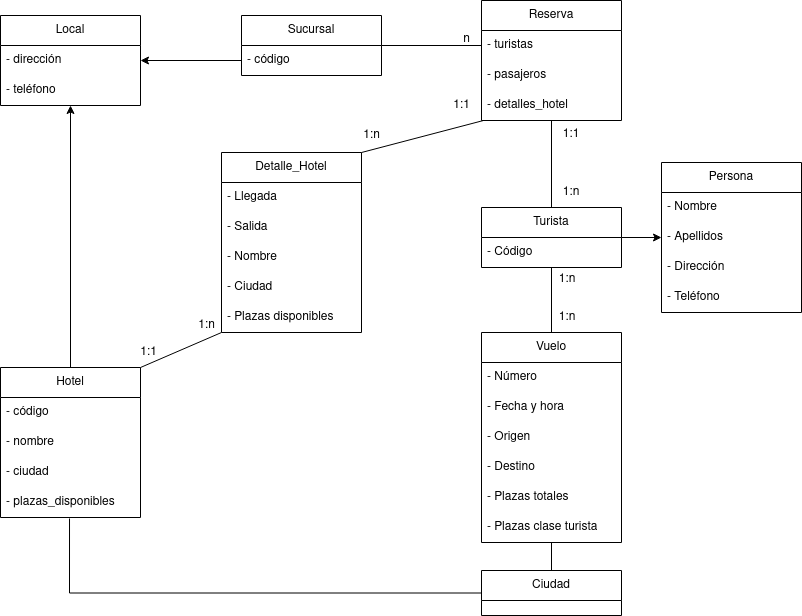
The draw.io diagram Tema 5. Diagramas de clase/Tarea 2. Agencia viajes/img/AgenciaViajes.drawio.png in colidom/ets, before a commit. Source tidied: cells renumbered, new cells last; positions are measured from the earlier drawing's top-left corner, leaving out a move shared by most shapes.
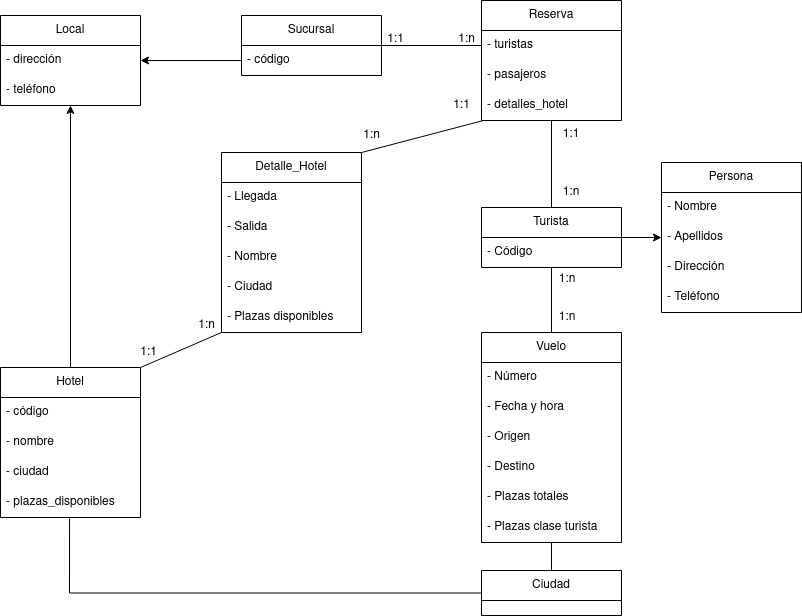
Above is the later version.

The edit, as a diff of the source:
```diff
@@ -103,8 +103,8 @@
     <mxCell id="34" style="rounded=0;jettySize=auto;html=1;startArrow=none;startFill=0;endArrow=classic;endFill=1;entryX=0.5;entryY=1;entryDx=0;entryDy=0;exitX=0.5;exitY=0;exitDx=0;exitDy=0;" parent="1" edge="1" source="15" target="10">
       <mxGeometry relative="1" as="geometry" />
     </mxCell>
-    <mxCell id="35" value="n" style="text;html=1;align=center;verticalAlign=middle;strokeColor=none;fillColor=none;" parent="1" vertex="1">
-      <mxGeometry x="451" y="24" width="30" height="30" as="geometry" />
+    <mxCell id="35" value="1:n" style="text;html=1;align=center;verticalAlign=middle;strokeColor=none;fillColor=none;" parent="1" vertex="1">
+      <mxGeometry x="446" y="24" width="40" height="30" as="geometry" />
     </mxCell>
     <mxCell id="36" value="Turista" style="swimlane;fontStyle=0;horizontal=1;startSize=30;whiteSpace=wrap;html=1;" parent="1" vertex="1">
       <mxGeometry x="481" y="207" width="140" height="60" as="geometry" />
@@ -166,5 +166,8 @@
     <mxCell id="55" value="1:1" style="text;html=1;align=center;verticalAlign=middle;strokeColor=none;fillColor=none;" parent="1" vertex="1">
       <mxGeometry x="128" y="337" width="40" height="30" as="geometry" />
     </mxCell>
+    <mxCell id="56" value="1:1" style="text;html=1;align=center;verticalAlign=middle;strokeColor=none;fillColor=none;" parent="1" vertex="1">
+      <mxGeometry x="375" y="24" width="40" height="30" as="geometry" />
+    </mxCell>
   </root>
 </mxGraphModel>
```
